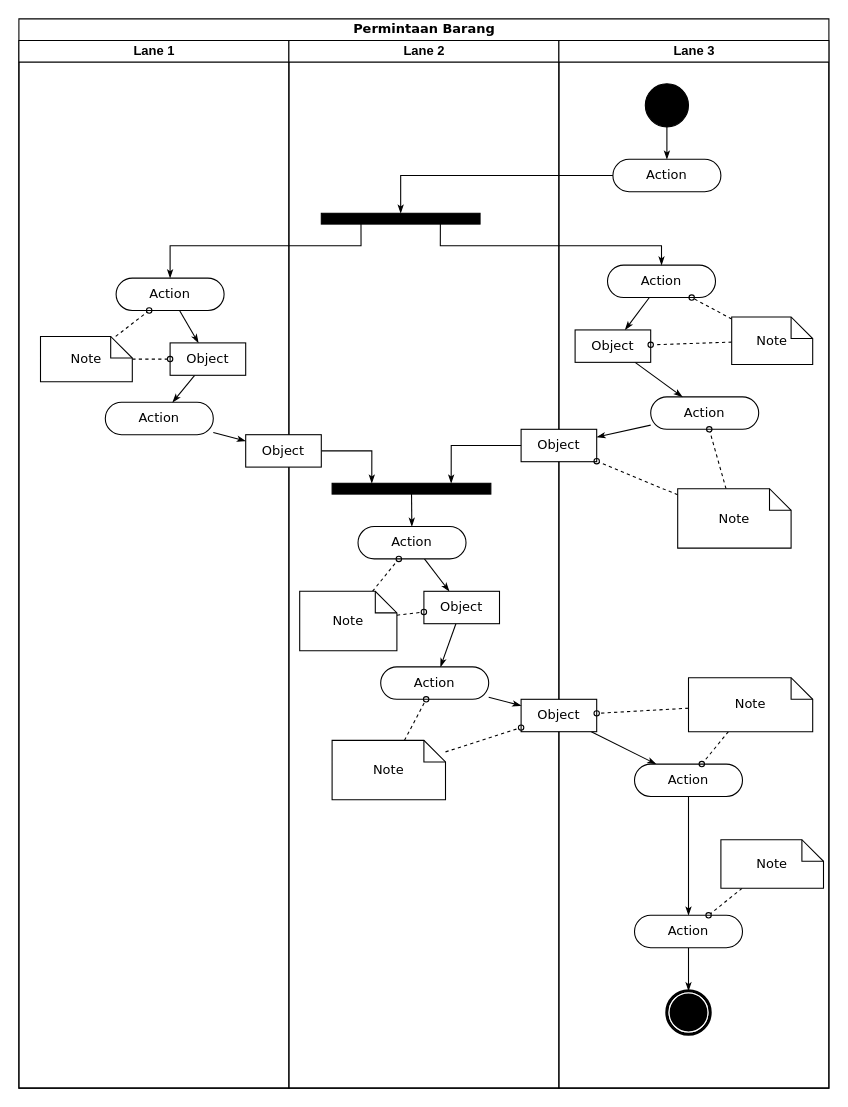
The draw.io diagram 20210727 Activity Diagram AKAProc.drawio in ardianozi18/berkibar, before the edit. Source tidied: cells renumbered, new cells numbered last; positions are measured from the earlier drawing's top-left corner, leaving out a move shared by most shapes. Both pictures are drawn from the tidied source at 108%, with x=0, y=0 at pixel (18, 18).
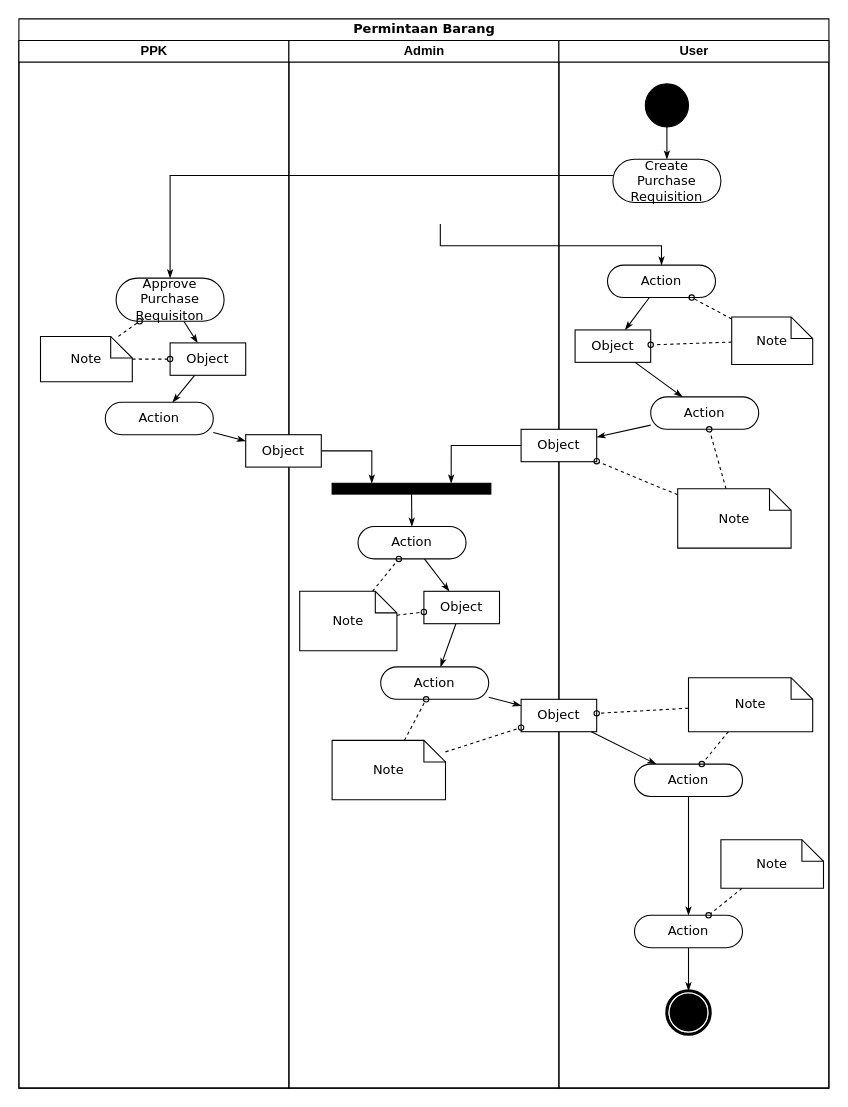
The same page after the edit.

Unchanged cells that the change refers to:
```xml
<mxCell id="2" value="Permintaan Barang" style="swimlane;html=1;startSize=20;rounded=0;shadow=0;comic=0;labelBackgroundColor=none;strokeWidth=1;fontFamily=Verdana;fontSize=12;align=center;" parent="1" vertex="1">
  <mxGeometry width="750" height="990" as="geometry" />
</mxCell>
<mxCell id="33" value="Action" style="rounded=1;whiteSpace=wrap;html=1;shadow=0;comic=0;labelBackgroundColor=none;strokeWidth=1;fontFamily=Verdana;fontSize=12;align=center;arcSize=50;" parent="28" vertex="1">
  <mxGeometry x="45" y="208" width="100" height="30" as="geometry" />
</mxCell>
```

Change to the diagram source:
```diff
@@
-    <mxCell id="3" value="Lane 1" style="swimlane;html=1;startSize=20;" parent="2" vertex="1">
+    <mxCell id="3" value="PPK" style="swimlane;html=1;startSize=20;" parent="2" vertex="1">
       <mxGeometry y="20" width="250" height="970" as="geometry" />
     </mxCell>
@@
-    <mxCell id="5" value="Action" style="rounded=1;whiteSpace=wrap;html=1;shadow=0;comic=0;labelBackgroundColor=none;strokeWidth=1;fontFamily=Verdana;fontSize=12;align=center;arcSize=50;" parent="3" vertex="1">
-      <mxGeometry x="90" y="220" width="100" height="30" as="geometry" />
+    <mxCell id="5" value="Approve Purchase Requisiton" style="rounded=1;whiteSpace=wrap;html=1;shadow=0;comic=0;labelBackgroundColor=none;strokeWidth=1;fontFamily=Verdana;fontSize=12;align=center;arcSize=50;" parent="3" vertex="1">
+      <mxGeometry x="90" y="220" width="100" height="40" as="geometry" />
     </mxCell>
@@
-    <mxCell id="12" value="Lane 2" style="swimlane;html=1;startSize=20;" parent="2" vertex="1">
+    <mxCell id="12" value="Admin" style="swimlane;html=1;startSize=20;" parent="2" vertex="1">
       <mxGeometry x="250" y="20" width="250" height="970" as="geometry" />
     </mxCell>
-    <mxCell id="13" style="whiteSpace=wrap;html=1;rounded=0;shadow=0;comic=0;labelBackgroundColor=none;strokeWidth=1;fillColor=#000000;fontFamily=Verdana;fontSize=12;align=center;rotation=0;" parent="12" vertex="1">
-      <mxGeometry x="30" y="160" width="147" height="10" as="geometry" />
-    </mxCell>
@@
-    <mxCell id="28" value="Lane 3" style="swimlane;html=1;startSize=20;" parent="2" vertex="1">
+    <mxCell id="28" value="User" style="swimlane;html=1;startSize=20;" parent="2" vertex="1">
       <mxGeometry x="500" y="20" width="250" height="970" as="geometry" />
     </mxCell>
@@
-    <mxCell id="31" value="Action" style="rounded=1;whiteSpace=wrap;html=1;shadow=0;comic=0;labelBackgroundColor=none;strokeWidth=1;fontFamily=Verdana;fontSize=12;align=center;arcSize=50;" parent="28" vertex="1">
-      <mxGeometry x="50" y="110" width="100" height="30" as="geometry" />
+    <mxCell id="31" value="Create Purchase Requisition" style="rounded=1;whiteSpace=wrap;html=1;shadow=0;comic=0;labelBackgroundColor=none;strokeWidth=1;fontFamily=Verdana;fontSize=12;align=center;arcSize=50;" parent="28" vertex="1">
+      <mxGeometry x="50" y="110" width="100" height="40" as="geometry" />
     </mxCell>
@@
-    <mxCell id="57" style="edgeStyle=orthogonalEdgeStyle;rounded=0;html=1;entryX=0.5;entryY=0;labelBackgroundColor=none;startArrow=none;startFill=0;startSize=5;endArrow=classicThin;endFill=1;endSize=5;jettySize=auto;strokeWidth=1;fontFamily=Verdana;fontSize=12;" parent="2" edge="1" source="31" target="13">
+    <mxCell id="57" style="edgeStyle=orthogonalEdgeStyle;rounded=0;html=1;entryX=0.5;entryY=0;labelBackgroundColor=none;startArrow=none;startFill=0;startSize=5;endArrow=classicThin;endFill=1;endSize=5;jettySize=auto;strokeWidth=1;fontFamily=Verdana;fontSize=12;entryDx=0;entryDy=0;" parent="2" edge="1" source="31" target="5">
       <mxGeometry relative="1" as="geometry">
         <Array as="points">
-          <mxPoint x="354" y="145" />
+          <mxPoint x="140" y="145" />
         </Array>
       </mxGeometry>
     </mxCell>
-    <mxCell id="58" style="edgeStyle=orthogonalEdgeStyle;rounded=0;html=1;exitX=0.75;exitY=1;labelBackgroundColor=none;startArrow=none;startFill=0;startSize=5;endArrow=classicThin;endFill=1;endSize=5;jettySize=auto;strokeWidth=1;fontFamily=Verdana;fontSize=12;" parent="2" edge="1" source="13" target="33">
+    <mxCell id="58" style="edgeStyle=orthogonalEdgeStyle;rounded=0;html=1;exitX=0.75;exitY=1;labelBackgroundColor=none;startArrow=none;startFill=0;startSize=5;endArrow=classicThin;endFill=1;endSize=5;jettySize=auto;strokeWidth=1;fontFamily=Verdana;fontSize=12;" parent="2" edge="1" target="33">
       <mxGeometry relative="1" as="geometry">
+        <mxPoint x="390.2" y="190" as="sourcePoint" />
         <Array as="points">
           <mxPoint x="390" y="210" />
           <mxPoint x="595" y="210" />
         </Array>
       </mxGeometry>
     </mxCell>
-    <mxCell id="59" style="edgeStyle=orthogonalEdgeStyle;rounded=0;html=1;exitX=0.25;exitY=1;entryX=0.5;entryY=0;labelBackgroundColor=none;startArrow=none;startFill=0;startSize=5;endArrow=classicThin;endFill=1;endSize=5;jettySize=auto;strokeWidth=1;fontFamily=Verdana;fontSize=12;" parent="2" edge="1" source="13" target="5">
-      <mxGeometry relative="1" as="geometry">
-        <Array as="points">
-          <mxPoint x="317" y="210" />
-          <mxPoint x="140" y="210" />
-        </Array>
-      </mxGeometry>
-    </mxCell>
```
